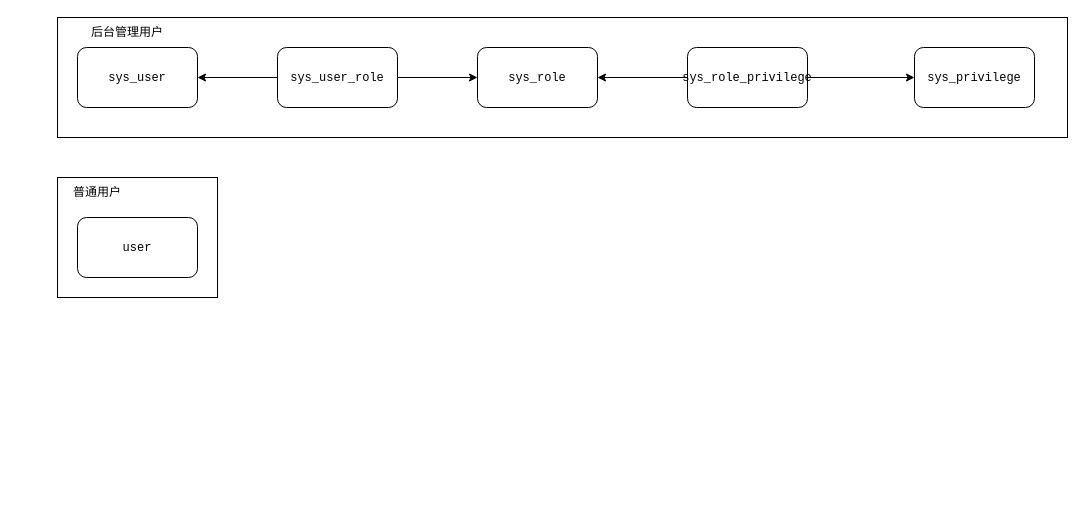
This is coin-exchange/用户相关表关系.drawio from Chaimek/LearnPictures, a draw.io file, before an edit. Source tidied: cells renumbered, new cells numbered last; positions are measured from the earlier drawing's top-left corner, leaving out a move shared by most shapes. Both pictures are drawn from the tidied source at 100%, with x=0, y=0 at pixel (27, 17).
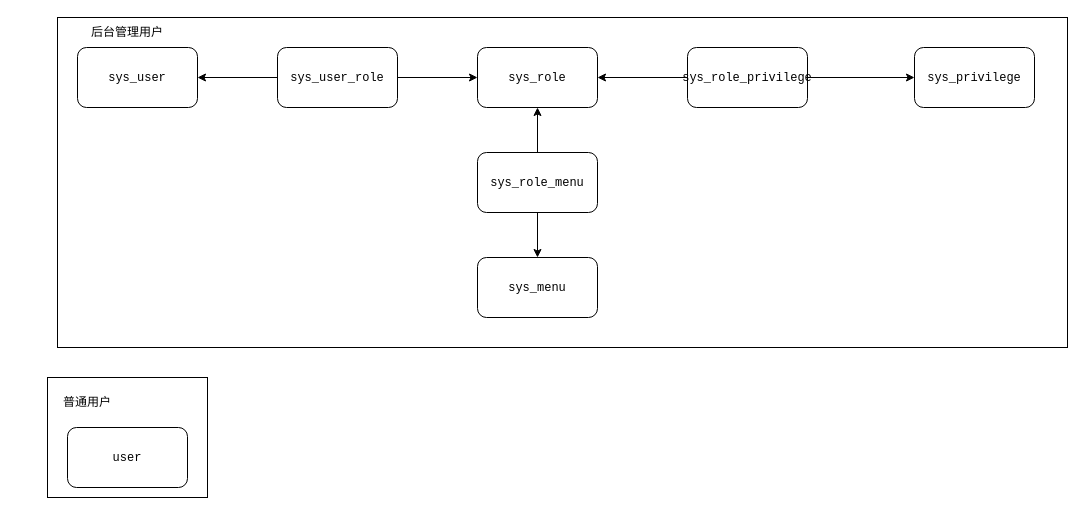
Above is the later version.

Commit message:
更新用户相关表关系.drawio

The edit, as a diff of the source:
```diff
@@
 <mxGraphModel>
   <root>
     <mxCell id="0" />
     <mxCell id="1" parent="0" />
     <mxCell id="2" style="rounded=0;whiteSpace=wrap;html=1;" parent="1" vertex="1">
-      <mxGeometry x="30" y="160" width="160" height="120" as="geometry" />
+      <mxGeometry x="20" y="360" width="160" height="120" as="geometry" />
     </mxCell>
     <mxCell id="3" style="rounded=0;whiteSpace=wrap;html=1;" parent="1" vertex="1">
-      <mxGeometry x="30" width="1010" height="120" as="geometry" />
+      <mxGeometry x="30" width="1010" height="330" as="geometry" />
     </mxCell>
     <mxCell id="4" style="edgeStyle=orthogonalEdgeStyle;rounded=0;jettySize=auto;html=1;exitX=0;exitY=0.5;exitDx=0;exitDy=0;" parent="1" edge="1" source="6" target="7">
       <mxGeometry relative="1" as="geometry" />
     </mxCell>
     <mxCell id="5" style="edgeStyle=orthogonalEdgeStyle;rounded=0;jettySize=auto;html=1;exitX=1;exitY=0.5;exitDx=0;exitDy=0;entryX=0;entryY=0.5;entryDx=0;entryDy=0;" parent="1" edge="1" source="6" target="8">
       <mxGeometry relative="1" as="geometry" />
     </mxCell>
     <mxCell id="6" value="&lt;p class=&quot;MsoNormal&quot;&gt;&lt;font face=&quot;Consolas&quot;&gt;sys_user_role&lt;/font&gt;&lt;/p&gt;" style="rounded=1;whiteSpace=wrap;html=1;" parent="1" vertex="1">
       <mxGeometry x="250" y="30" width="120" height="60" as="geometry" />
     </mxCell>
     <mxCell id="7" value="&lt;p class=&quot;MsoNormal&quot;&gt;&lt;font face=&quot;Consolas&quot;&gt;sys_user&lt;/font&gt;&lt;/p&gt;" style="rounded=1;whiteSpace=wrap;html=1;" parent="1" vertex="1">
       <mxGeometry x="50" y="30" width="120" height="60" as="geometry" />
     </mxCell>
     <mxCell id="8" value="&lt;p class=&quot;MsoNormal&quot;&gt;&lt;font face=&quot;Consolas&quot;&gt;sys_role&lt;/font&gt;&lt;/p&gt;" style="rounded=1;whiteSpace=wrap;html=1;" parent="1" vertex="1">
       <mxGeometry x="450" y="30" width="120" height="60" as="geometry" />
     </mxCell>
     <mxCell id="9" style="edgeStyle=orthogonalEdgeStyle;rounded=0;jettySize=auto;html=1;exitX=0;exitY=0.5;exitDx=0;exitDy=0;" parent="1" edge="1" source="11" target="8">
       <mxGeometry relative="1" as="geometry" />
     </mxCell>
     <mxCell id="10" style="edgeStyle=orthogonalEdgeStyle;rounded=0;jettySize=auto;html=1;exitX=1;exitY=0.5;exitDx=0;exitDy=0;entryX=0;entryY=0.5;entryDx=0;entryDy=0;" parent="1" edge="1" source="11" target="12">
       <mxGeometry relative="1" as="geometry" />
     </mxCell>
     <mxCell id="11" value="&lt;p class=&quot;MsoNormal&quot;&gt;&lt;font face=&quot;Consolas&quot;&gt;sys_role_privilege&lt;/font&gt;&lt;/p&gt;" style="rounded=1;whiteSpace=wrap;html=1;" parent="1" vertex="1">
       <mxGeometry x="660" y="30" width="120" height="60" as="geometry" />
     </mxCell>
     <mxCell id="12" value="&lt;p class=&quot;MsoNormal&quot;&gt;&lt;font face=&quot;Consolas&quot;&gt;sys_privilege&lt;/font&gt;&lt;/p&gt;" style="rounded=1;whiteSpace=wrap;html=1;" parent="1" vertex="1">
       <mxGeometry x="887" y="30" width="120" height="60" as="geometry" />
     </mxCell>
     <mxCell id="13" value="&lt;p class=&quot;MsoNormal&quot;&gt;&lt;font face=&quot;Consolas&quot;&gt;user&lt;/font&gt;&lt;/p&gt;" style="rounded=1;whiteSpace=wrap;html=1;" parent="1" vertex="1">
-      <mxGeometry x="50" y="200" width="120" height="60" as="geometry" />
+      <mxGeometry x="40" y="410" width="120" height="60" as="geometry" />
     </mxCell>
     <mxCell id="14" value="后台管理用户" style="text;html=1;strokeColor=none;fillColor=none;align=center;verticalAlign=middle;whiteSpace=wrap;rounded=0;" parent="1" vertex="1">
       <mxGeometry x="60" width="80" height="30" as="geometry" />
     </mxCell>
     <mxCell id="15" value="普通用户" style="text;html=1;strokeColor=none;fillColor=none;align=center;verticalAlign=middle;whiteSpace=wrap;rounded=0;" parent="1" vertex="1">
-      <mxGeometry y="160" width="140" height="30" as="geometry" />
+      <mxGeometry x="-10" y="370" width="140" height="30" as="geometry" />
     </mxCell>
+    <mxCell id="16" style="edgeStyle=orthogonalEdgeStyle;rounded=0;jettySize=auto;html=1;exitX=0.5;exitY=0;exitDx=0;exitDy=0;" parent="1" edge="1" source="18" target="8">
+      <mxGeometry relative="1" as="geometry" />
+    </mxCell>
+    <mxCell id="17" style="edgeStyle=orthogonalEdgeStyle;rounded=0;jettySize=auto;html=1;exitX=0.5;exitY=1;exitDx=0;exitDy=0;" parent="1" edge="1" source="18" target="19">
+      <mxGeometry relative="1" as="geometry" />
+    </mxCell>
+    <mxCell id="18" value="&lt;p class=&quot;MsoNormal&quot;&gt;&lt;font face=&quot;Consolas&quot;&gt;sys_role_menu&lt;/font&gt;&lt;br&gt;&lt;/p&gt;" style="rounded=1;whiteSpace=wrap;html=1;" parent="1" vertex="1">
+      <mxGeometry x="450" y="135" width="120" height="60" as="geometry" />
+    </mxCell>
+    <mxCell id="19" value="&lt;p class=&quot;MsoNormal&quot;&gt;&lt;font face=&quot;Consolas&quot;&gt;sys_menu&lt;/font&gt;&lt;br&gt;&lt;/p&gt;" style="rounded=1;whiteSpace=wrap;html=1;" parent="1" vertex="1">
+      <mxGeometry x="450" y="240" width="120" height="60" as="geometry" />
+    </mxCell>
   </root>
 </mxGraphModel>
```
